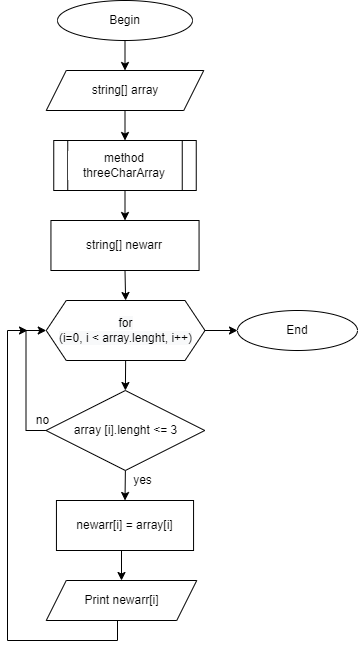
Above: flowchart.png in Dimoklim/Test_Work (draw.io), before the change. Source tidied: cells renumbered, new cells last; positions are measured from the earlier drawing's top-left corner, leaving out a move shared by most shapes.
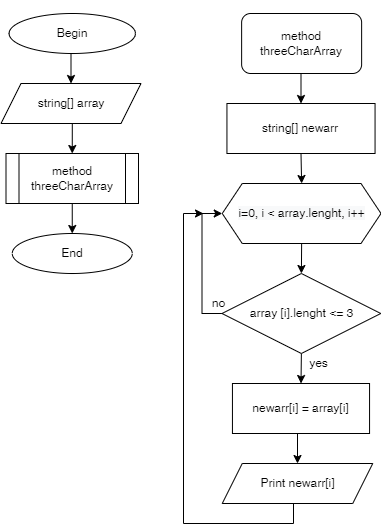
The same file after the commit.

Diff of the diagram source:
```diff
@@ -2,48 +2,55 @@
   <root>
     <mxCell id="0" />
     <mxCell id="1" parent="0" />
-    <mxCell id="2" style="edgeStyle=orthogonalEdgeStyle;rounded=0;jettySize=auto;html=1;exitX=0.5;exitY=1;exitDx=0;exitDy=0;entryX=0.5;entryY=0;entryDx=0;entryDy=0;fontFamily=Helvetica;fontSize=12;fontColor=#000000;" parent="1" edge="1" source="4" target="17">
-      <mxGeometry relative="1" as="geometry" />
-    </mxCell>
-    <mxCell id="3" style="edgeStyle=orthogonalEdgeStyle;rounded=0;jettySize=auto;html=1;exitX=0;exitY=0.5;exitDx=0;exitDy=0;entryX=0;entryY=0.5;entryDx=0;entryDy=0;fontFamily=Helvetica;fontSize=12;fontColor=#000000;" parent="1" edge="1" source="4" target="15">
-      <mxGeometry relative="1" as="geometry" />
-    </mxCell>
-    <mxCell id="4" value="array [i].lenght &amp;lt;= 3" style="rhombus;whiteSpace=wrap;html=1;" parent="1" vertex="1">
-      <mxGeometry x="38.5" y="390" width="158.8" height="80" as="geometry" />
-    </mxCell>
     <mxCell id="5" style="edgeStyle=orthogonalEdgeStyle;rounded=0;jettySize=auto;html=1;exitX=0.5;exitY=1;exitDx=0;exitDy=0;entryX=0.5;entryY=0;entryDx=0;entryDy=0;fontFamily=Helvetica;fontSize=12;fontColor=#000000;" parent="1" edge="1" source="6" target="8">
       <mxGeometry relative="1" as="geometry" />
     </mxCell>
     <mxCell id="6" value="Begin" style="ellipse;whiteSpace=wrap;html=1;rounded=0;labelBackgroundColor=#FFFFFF;fontFamily=Helvetica;fontSize=12;fontColor=#000000;fillColor=none;" parent="1" vertex="1">
-      <mxGeometry x="50" width="135" height="40" as="geometry" />
+      <mxGeometry x="-174.4" y="130" width="126.2" height="40" as="geometry" />
     </mxCell>
     <mxCell id="7" style="edgeStyle=orthogonalEdgeStyle;rounded=0;jettySize=auto;html=1;exitX=0.5;exitY=1;exitDx=0;exitDy=0;entryX=0.5;entryY=0;entryDx=0;entryDy=0;fontFamily=Helvetica;fontSize=12;fontColor=#000000;" parent="1" edge="1" source="8" target="10">
       <mxGeometry relative="1" as="geometry" />
     </mxCell>
     <mxCell id="8" value="string[] array" style="shape=parallelogram;perimeter=parallelogramPerimeter;whiteSpace=wrap;html=1;fixedSize=1;rounded=0;labelBackgroundColor=#FFFFFF;fontFamily=Helvetica;fontSize=12;fontColor=#000000;fillColor=none;" parent="1" vertex="1">
-      <mxGeometry x="38.8" y="70" width="157.5" height="40" as="geometry" />
+      <mxGeometry x="-182.5" y="200" width="140" height="40" as="geometry" />
     </mxCell>
-    <mxCell id="9" style="edgeStyle=orthogonalEdgeStyle;rounded=0;jettySize=auto;html=1;exitX=0.5;exitY=1;exitDx=0;exitDy=0;entryX=0.5;entryY=0;entryDx=0;entryDy=0;fontFamily=Helvetica;fontSize=12;fontColor=#000000;" parent="1" edge="1" source="10" target="12">
-      <mxGeometry relative="1" as="geometry" />
+    <mxCell id="9" style="edgeStyle=orthogonalEdgeStyle;rounded=0;jettySize=auto;html=1;exitX=0.5;exitY=1;exitDx=0;exitDy=0;entryX=0.5;entryY=0;entryDx=0;entryDy=0;fontFamily=Helvetica;fontSize=12;fontColor=#000000;" parent="1" edge="1" source="10">
+      <mxGeometry relative="1" as="geometry">
+        <mxPoint x="-111.2" y="350" as="targetPoint" />
+      </mxGeometry>
     </mxCell>
     <mxCell id="10" value="method threeCharArray" style="shape=process;whiteSpace=wrap;html=1;backgroundOutline=1;rounded=0;labelBackgroundColor=#FFFFFF;fontFamily=Helvetica;fontSize=12;fontColor=#000000;fillColor=none;" parent="1" vertex="1">
-      <mxGeometry x="46.2" y="140" width="142.5" height="50" as="geometry" />
+      <mxGeometry x="-177.5" y="270" width="132.5" height="50" as="geometry" />
     </mxCell>
-    <mxCell id="11" style="edgeStyle=orthogonalEdgeStyle;rounded=0;jettySize=auto;html=1;exitX=0.5;exitY=1;exitDx=0;exitDy=0;entryX=0.5;entryY=0;entryDx=0;entryDy=0;fontFamily=Helvetica;fontSize=12;fontColor=#000000;" parent="1" edge="1" source="12" target="15">
-      <mxGeometry relative="1" as="geometry" />
-    </mxCell>
+    <mxCell id="22" value="End" style="ellipse;whiteSpace=wrap;html=1;rounded=0;labelBackgroundColor=#FFFFFF;fontFamily=Helvetica;fontSize=12;fontColor=#000000;fillColor=none;" parent="1" vertex="1">
+      <mxGeometry x="-171.2" y="350" width="120" height="40" as="geometry" />
+    </mxCell>
+    <mxCell id="2" style="edgeStyle=orthogonalEdgeStyle;rounded=0;jettySize=auto;html=1;exitX=0.5;exitY=1;exitDx=0;exitDy=0;entryX=0.5;entryY=0;entryDx=0;entryDy=0;fontFamily=Helvetica;fontSize=12;fontColor=#000000;" parent="1" edge="1" source="4" target="17">
+      <mxGeometry relative="1" as="geometry" />
+    </mxCell>
+    <mxCell id="23" style="edgeStyle=orthogonalEdgeStyle;rounded=0;jettySize=auto;html=1;exitX=0;exitY=0.5;exitDx=0;exitDy=0;entryX=0;entryY=0.5;entryDx=0;entryDy=0;fontFamily=Helvetica;fontSize=12;fontColor=#000000;" parent="1" edge="1" source="4" target="27">
+      <mxGeometry relative="1" as="geometry" />
+    </mxCell>
+    <mxCell id="4" value="array [i].lenght &amp;lt;= 3" style="rhombus;whiteSpace=wrap;html=1;" parent="1" vertex="1">
+      <mxGeometry x="38.5" y="390" width="158.8" height="80" as="geometry" />
+    </mxCell>
+    <mxCell id="24" style="edgeStyle=orthogonalEdgeStyle;rounded=0;jettySize=auto;html=1;exitX=0.5;exitY=1;exitDx=0;exitDy=0;entryX=0.5;entryY=0;entryDx=0;entryDy=0;fontFamily=Helvetica;fontSize=12;fontColor=#000000;" parent="1" edge="1" target="12">
+      <mxGeometry relative="1" as="geometry">
+        <mxPoint x="117.5" y="190" as="sourcePoint" />
+      </mxGeometry>
+    </mxCell>
+    <mxCell id="25" style="edgeStyle=orthogonalEdgeStyle;rounded=0;jettySize=auto;html=1;exitX=0.5;exitY=1;exitDx=0;exitDy=0;entryX=0.5;entryY=0;entryDx=0;entryDy=0;fontFamily=Helvetica;fontSize=12;fontColor=#000000;" parent="1" edge="1" source="12" target="27">
+      <mxGeometry relative="1" as="geometry" />
+    </mxCell>
     <mxCell id="12" value="&lt;div style=&quot;line-height: 19px&quot;&gt;&lt;span&gt;string&lt;/span&gt;[] &lt;span&gt;newarr&lt;/span&gt;&lt;/div&gt;" style="rounded=0;whiteSpace=wrap;html=1;labelBackgroundColor=#FFFFFF;fontFamily=Helvetica;fontSize=12;fontColor=#000000;fillColor=none;" parent="1" vertex="1">
       <mxGeometry x="43.4" y="220" width="148.1" height="50" as="geometry" />
     </mxCell>
-    <mxCell id="13" style="edgeStyle=orthogonalEdgeStyle;rounded=0;jettySize=auto;html=1;exitX=0.5;exitY=1;exitDx=0;exitDy=0;entryX=0.5;entryY=0;entryDx=0;entryDy=0;fontFamily=Helvetica;fontSize=12;fontColor=#000000;" parent="1" edge="1" source="15" target="4">
-      <mxGeometry relative="1" as="geometry" />
-    </mxCell>
-    <mxCell id="14" style="edgeStyle=orthogonalEdgeStyle;rounded=0;jettySize=auto;html=1;exitX=1;exitY=0.5;exitDx=0;exitDy=0;entryX=0;entryY=0.5;entryDx=0;entryDy=0;fontFamily=Helvetica;fontSize=12;fontColor=#000000;" parent="1" edge="1" source="15" target="22">
-      <mxGeometry relative="1" as="geometry" />
-    </mxCell>
-    <mxCell id="15" value="&lt;span style=&quot;font-family: &amp;#34;helvetica&amp;#34; ; background-color: rgb(248 , 249 , 250)&quot;&gt;for&lt;/span&gt;&lt;br style=&quot;font-family: &amp;#34;helvetica&amp;#34; ; background-color: rgb(248 , 249 , 250)&quot;&gt;&lt;span style=&quot;font-family: &amp;#34;helvetica&amp;#34; ; background-color: rgb(248 , 249 , 250)&quot;&gt;(i=0, i &amp;lt; array.lenght, i++)&lt;/span&gt;" style="shape=hexagon;perimeter=hexagonPerimeter2;whiteSpace=wrap;html=1;fixedSize=1;rounded=0;labelBackgroundColor=#FFFFFF;fontFamily=Helvetica;fontSize=12;fontColor=#000000;fillColor=none;" parent="1" vertex="1">
-      <mxGeometry x="38.8" y="300" width="158.8" height="60" as="geometry" />
-    </mxCell>
+    <mxCell id="26" style="edgeStyle=orthogonalEdgeStyle;rounded=0;jettySize=auto;html=1;exitX=0.5;exitY=1;exitDx=0;exitDy=0;entryX=0.5;entryY=0;entryDx=0;entryDy=0;fontFamily=Helvetica;fontSize=12;fontColor=#000000;" parent="1" edge="1" source="27" target="4">
+      <mxGeometry relative="1" as="geometry" />
+    </mxCell>
+    <mxCell id="27" value="&lt;span style=&quot;font-family: &amp;#34;helvetica&amp;#34; ; background-color: rgb(248 , 249 , 250)&quot;&gt;i=0, i &amp;lt; array.lenght, i++&lt;/span&gt;" style="shape=hexagon;perimeter=hexagonPerimeter2;whiteSpace=wrap;html=1;fixedSize=1;rounded=0;labelBackgroundColor=#FFFFFF;fontFamily=Helvetica;fontSize=12;fontColor=#000000;fillColor=none;" parent="1" vertex="1">
+      <mxGeometry x="38.8" y="300" width="158.8" height="60" as="geometry" />
+    </mxCell>
     <mxCell id="16" style="edgeStyle=orthogonalEdgeStyle;rounded=0;jettySize=auto;html=1;exitX=0.5;exitY=1;exitDx=0;exitDy=0;entryX=0.5;entryY=0;entryDx=0;entryDy=0;fontFamily=Helvetica;fontSize=12;fontColor=#000000;" parent="1" edge="1" source="17" target="20">
       <mxGeometry relative="1" as="geometry" />
     </mxCell>
@@ -53,25 +60,25 @@
     <mxCell id="18" value="yes" style="text;html=1;align=center;verticalAlign=middle;strokeColor=none;fillColor=none;fontSize=12;fontFamily=Helvetica;fontColor=#000000;" parent="1" vertex="1">
       <mxGeometry x="120" y="470" width="30" height="20" as="geometry" />
     </mxCell>
-    <mxCell id="19" style="edgeStyle=orthogonalEdgeStyle;rounded=0;jettySize=auto;html=1;exitX=0.5;exitY=1;exitDx=0;exitDy=0;fontFamily=Helvetica;fontSize=12;fontColor=#000000;" parent="1" edge="1" source="20">
-      <mxGeometry relative="1" as="geometry">
-        <mxPoint x="20" y="330" as="targetPoint" />
-        <Array as="points">
-          <mxPoint x="110" y="620" />
-          <mxPoint x="110" y="640" />
-          <mxPoint y="640" />
-          <mxPoint y="330" />
-        </Array>
-      </mxGeometry>
-    </mxCell>
+    <mxCell id="28" style="edgeStyle=orthogonalEdgeStyle;rounded=0;jettySize=auto;html=1;exitX=0.5;exitY=1;exitDx=0;exitDy=0;fontFamily=Helvetica;fontSize=12;fontColor=#000000;" parent="1" edge="1" source="20">
+      <mxGeometry relative="1" as="geometry">
+        <mxPoint x="20" y="330" as="targetPoint" />
+        <Array as="points">
+          <mxPoint x="110" y="620" />
+          <mxPoint x="110" y="640" />
+          <mxPoint y="640" />
+          <mxPoint y="330" />
+        </Array>
+      </mxGeometry>
+    </mxCell>
     <mxCell id="20" value="&lt;div style=&quot;line-height: 19px&quot;&gt;&lt;span style=&quot;background-color: rgb(255 , 255 , 255)&quot;&gt;Print newarr[i]&lt;/span&gt;&lt;/div&gt;" style="shape=parallelogram;perimeter=parallelogramPerimeter;whiteSpace=wrap;html=1;fixedSize=1;rounded=0;labelBackgroundColor=#FFFFFF;fontFamily=Helvetica;fontSize=12;fontColor=#000000;fillColor=none;" parent="1" vertex="1">
       <mxGeometry x="38.8" y="580" width="150.5" height="40" as="geometry" />
     </mxCell>
     <mxCell id="21" value="no" style="text;html=1;align=center;verticalAlign=middle;strokeColor=none;fillColor=none;fontSize=12;fontFamily=Helvetica;fontColor=#000000;" parent="1" vertex="1">
       <mxGeometry x="20" y="410" width="30" height="20" as="geometry" />
     </mxCell>
-    <mxCell id="22" value="End" style="ellipse;whiteSpace=wrap;html=1;rounded=0;labelBackgroundColor=#FFFFFF;fontFamily=Helvetica;fontSize=12;fontColor=#000000;fillColor=none;" parent="1" vertex="1">
-      <mxGeometry x="230" y="310" width="120" height="40" as="geometry" />
-    </mxCell>
+    <mxCell id="29" value="&#10;&#10;&lt;span style=&quot;color: rgb(0, 0, 0); font-family: helvetica; font-size: 12px; font-style: normal; font-weight: 400; letter-spacing: normal; text-align: center; text-indent: 0px; text-transform: none; word-spacing: 0px; background-color: rgb(255, 255, 255); display: inline; float: none;&quot;&gt;method threeCharArray&lt;/span&gt;&#10;&#10;" style="rounded=1;whiteSpace=wrap;html=1;" parent="1" vertex="1">
+      <mxGeometry x="58.1" y="130" width="120" height="60" as="geometry" />
+    </mxCell>
   </root>
 </mxGraphModel>
```
